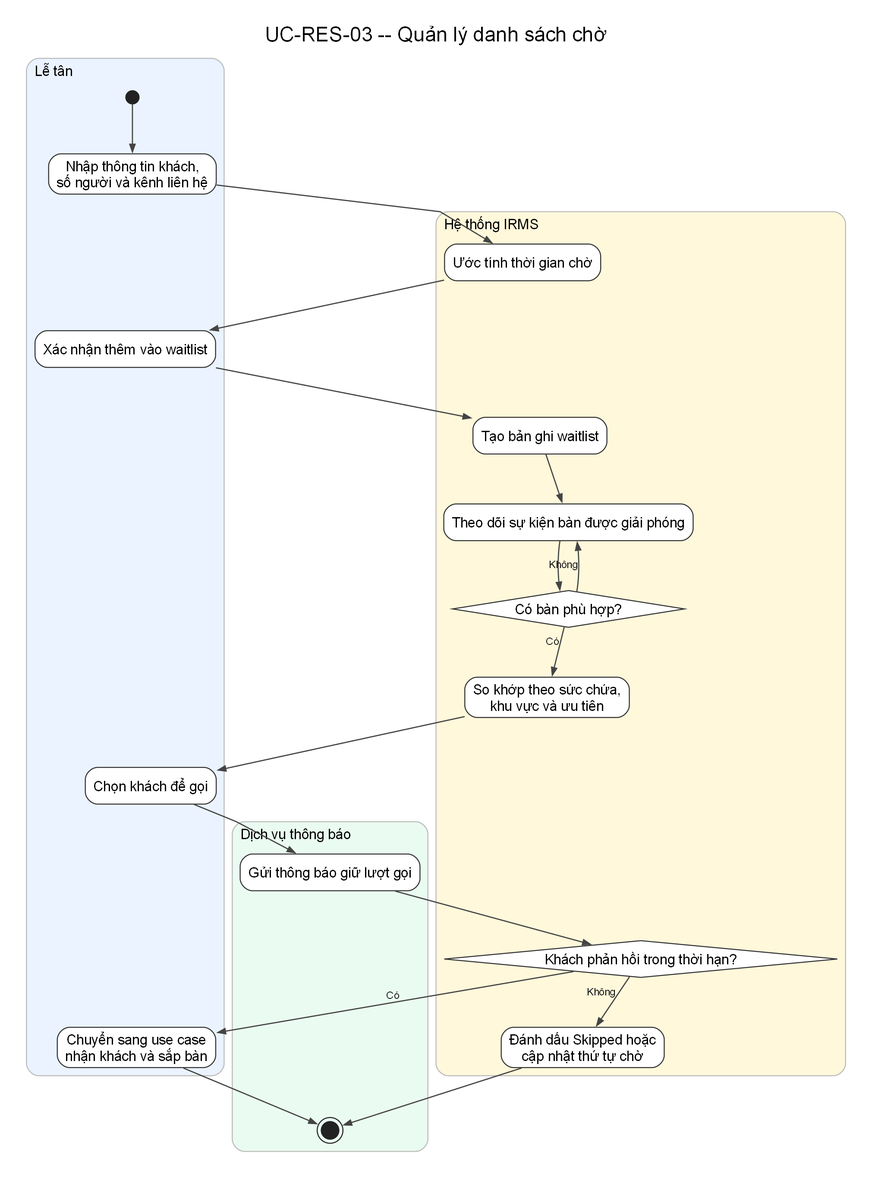
Before: assets/diagrams/rendered/activity/uc-res-03-manage-waitlist.png, a diagram exported from Graphviz (lehoangluan1/SA_IRMS). Its source is kept beside it as assets/diagrams/source/activity/uc-res-03-manage-waitlist.dot. Source of this version:
```dot
digraph G {
  charset="UTF-8";
  graph [rankdir=TB, newrank=true, splines=polyline, nodesep=0.38, ranksep=0.68, pad=0.25, dpi=170, bgcolor="white", fontname="Arial"];
  node [fontname="Arial"];
  edge [fontname="Arial", fontsize=10, color="#444444", penwidth=1.15, arrowsize=0.75];
  labelloc="t"; labeljust="c"; fontsize=20; fontname="Arial"; label="UC-RES-03 -- Quản lý danh sách chờ";

  subgraph cluster_l1 {
    style="rounded,filled"; fillcolor="#EAF3FF"; color="#BBBBBB"; penwidth=1.0;
    label="Lễ tân"; fontsize=14; labelloc="t"; labeljust="l";
    n0 [shape=circle, label="", width=0.18, height=0.18, fixedsize=true, style=filled, fillcolor="#222222", color="#222222"];
    n1 [label="Nhập thông tin khách,\nsố người và kênh liên hệ", shape=rect, style="rounded,filled", fillcolor="white", color="#333333"];
    n3 [label="Xác nhận thêm vào waitlist", shape=rect, style="rounded,filled", fillcolor="white", color="#333333"];
    n8 [label="Chọn khách để gọi", shape=rect, style="rounded,filled", fillcolor="white", color="#333333"];
    n11 [label="Chuyển sang use case\nnhận khách và sắp bàn", shape=rect, style="rounded,filled", fillcolor="white", color="#333333"];
  }

  subgraph cluster_l2 {
    style="rounded,filled"; fillcolor="#FFF8DB"; color="#BBBBBB"; penwidth=1.0;
    label="Hệ thống IRMS"; fontsize=14; labelloc="t"; labeljust="l";
    n2 [label="Ước tính thời gian chờ", shape=rect, style="rounded,filled", fillcolor="white", color="#333333"];
    n4 [label="Tạo bản ghi waitlist", shape=rect, style="rounded,filled", fillcolor="white", color="#333333"];
    n5 [label="Theo dõi sự kiện bàn được giải phóng", shape=rect, style="rounded,filled", fillcolor="white", color="#333333"];
    n6 [label="Có bàn phù hợp?", shape=diamond, style="filled", fillcolor="white", color="#333333"];
    n7 [label="So khớp theo sức chứa,\nkhu vực và ưu tiên", shape=rect, style="rounded,filled", fillcolor="white", color="#333333"];
    n10 [label="Khách phản hồi trong thời hạn?", shape=diamond, style="filled", fillcolor="white", color="#333333"];
    n12 [label="Đánh dấu Skipped hoặc\ncập nhật thứ tự chờ", shape=rect, style="rounded,filled", fillcolor="white", color="#333333"];
  }

  subgraph cluster_l3 {
    style="rounded,filled"; fillcolor="#EAFBF1"; color="#BBBBBB"; penwidth=1.0;
    label="Dịch vụ thông báo"; fontsize=14; labelloc="t"; labeljust="l";
    n9 [label="Gửi thông báo giữ lượt gọi", shape=rect, style="rounded,filled", fillcolor="white", color="#333333"];
    n13 [shape=doublecircle, label="", width=0.24, height=0.24, fixedsize=true, style=filled, fillcolor="#222222", color="#222222"];
  }

  n0 -> n1;
  n1 -> n2;
  n2 -> n3;
  n3 -> n4;
  n4 -> n5;
  n5 -> n6;
  n6 -> n7 [xlabel="Có"];
  n6 -> n5 [xlabel="Không"];
  n7 -> n8;
  n8 -> n9;
  n9 -> n10;
  n10 -> n11 [xlabel="Có"];
  n10 -> n12 [xlabel="Không"];
  n11 -> n13;
  n12 -> n13;
}
```
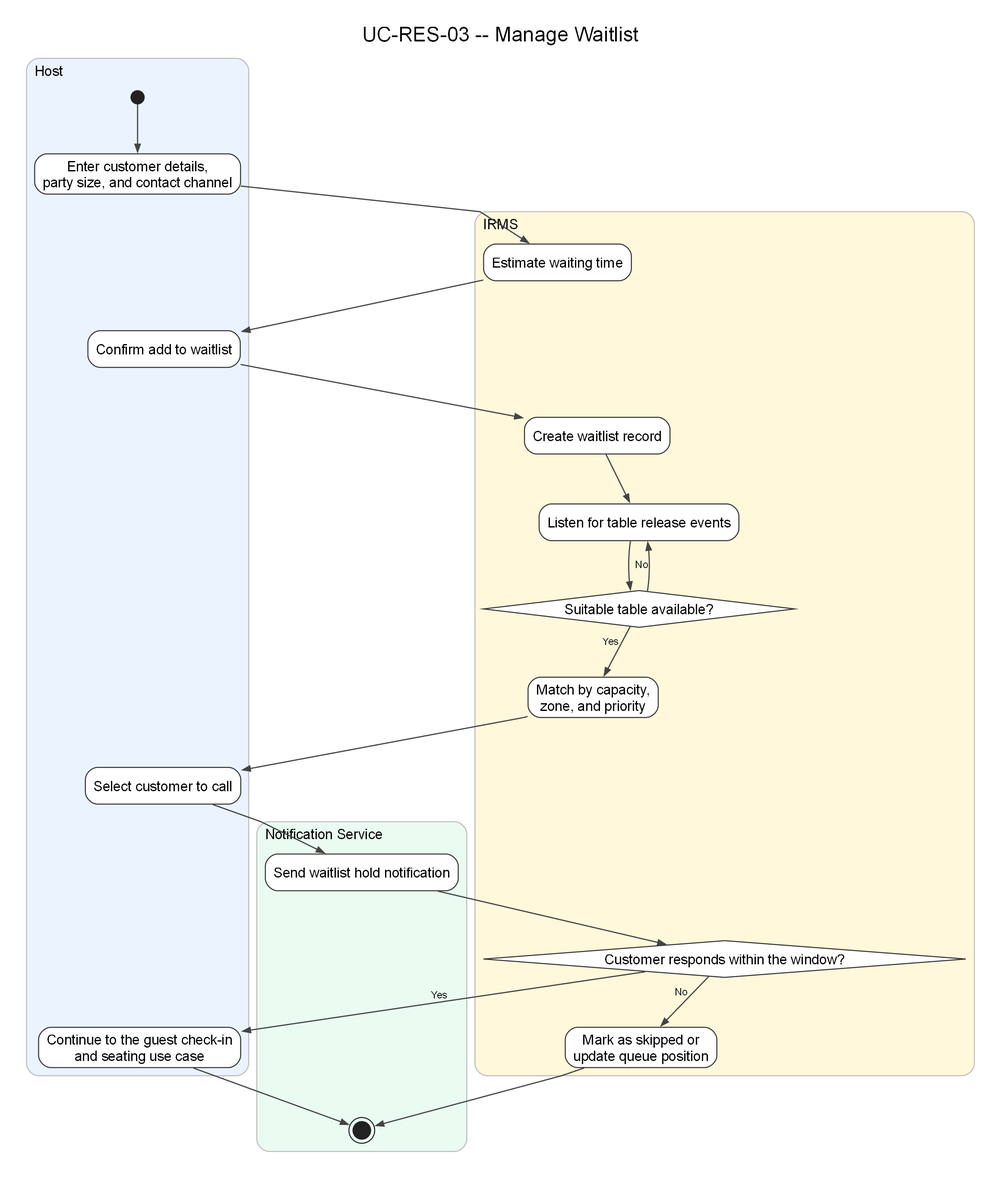
Later version of the same file.

What changed in the source:
```diff
@@ -3,34 +3,34 @@
   graph [rankdir=TB, newrank=true, splines=polyline, nodesep=0.38, ranksep=0.68, pad=0.25, dpi=170, bgcolor="white", fontname="Arial"];
   node [fontname="Arial"];
   edge [fontname="Arial", fontsize=10, color="#444444", penwidth=1.15, arrowsize=0.75];
-  labelloc="t"; labeljust="c"; fontsize=20; fontname="Arial"; label="UC-RES-03 -- Quản lý danh sách chờ";
+  labelloc="t"; labeljust="c"; fontsize=20; fontname="Arial"; label="UC-RES-03 -- Manage Waitlist";
 
   subgraph cluster_l1 {
     style="rounded,filled"; fillcolor="#EAF3FF"; color="#BBBBBB"; penwidth=1.0;
-    label="Lễ tân"; fontsize=14; labelloc="t"; labeljust="l";
+    label="Host"; fontsize=14; labelloc="t"; labeljust="l";
     n0 [shape=circle, label="", width=0.18, height=0.18, fixedsize=true, style=filled, fillcolor="#222222", color="#222222"];
-    n1 [label="Nhập thông tin khách,\nsố người và kênh liên hệ", shape=rect, style="rounded,filled", fillcolor="white", color="#333333"];
-    n3 [label="Xác nhận thêm vào waitlist", shape=rect, style="rounded,filled", fillcolor="white", color="#333333"];
-    n8 [label="Chọn khách để gọi", shape=rect, style="rounded,filled", fillcolor="white", color="#333333"];
-    n11 [label="Chuyển sang use case\nnhận khách và sắp bàn", shape=rect, style="rounded,filled", fillcolor="white", color="#333333"];
+    n1 [label="Enter customer details,\nparty size, and contact channel", shape=rect, style="rounded,filled", fillcolor="white", color="#333333"];
+    n3 [label="Confirm add to waitlist", shape=rect, style="rounded,filled", fillcolor="white", color="#333333"];
+    n8 [label="Select customer to call", shape=rect, style="rounded,filled", fillcolor="white", color="#333333"];
+    n11 [label="Continue to the guest check-in\nand seating use case", shape=rect, style="rounded,filled", fillcolor="white", color="#333333"];
   }
 
   subgraph cluster_l2 {
     style="rounded,filled"; fillcolor="#FFF8DB"; color="#BBBBBB"; penwidth=1.0;
-    label="Hệ thống IRMS"; fontsize=14; labelloc="t"; labeljust="l";
-    n2 [label="Ước tính thời gian chờ", shape=rect, style="rounded,filled", fillcolor="white", color="#333333"];
-    n4 [label="Tạo bản ghi waitlist", shape=rect, style="rounded,filled", fillcolor="white", color="#333333"];
-    n5 [label="Theo dõi sự kiện bàn được giải phóng", shape=rect, style="rounded,filled", fillcolor="white", color="#333333"];
-    n6 [label="Có bàn phù hợp?", shape=diamond, style="filled", fillcolor="white", color="#333333"];
-    n7 [label="So khớp theo sức chứa,\nkhu vực và ưu tiên", shape=rect, style="rounded,filled", fillcolor="white", color="#333333"];
-    n10 [label="Khách phản hồi trong thời hạn?", shape=diamond, style="filled", fillcolor="white", color="#333333"];
-    n12 [label="Đánh dấu Skipped hoặc\ncập nhật thứ tự chờ", shape=rect, style="rounded,filled", fillcolor="white", color="#333333"];
+    label="IRMS"; fontsize=14; labelloc="t"; labeljust="l";
+    n2 [label="Estimate waiting time", shape=rect, style="rounded,filled", fillcolor="white", color="#333333"];
+    n4 [label="Create waitlist record", shape=rect, style="rounded,filled", fillcolor="white", color="#333333"];
+    n5 [label="Listen for table release events", shape=rect, style="rounded,filled", fillcolor="white", color="#333333"];
+    n6 [label="Suitable table available?", shape=diamond, style="filled", fillcolor="white", color="#333333"];
+    n7 [label="Match by capacity,\nzone, and priority", shape=rect, style="rounded,filled", fillcolor="white", color="#333333"];
+    n10 [label="Customer responds within the window?", shape=diamond, style="filled", fillcolor="white", color="#333333"];
+    n12 [label="Mark as skipped or\nupdate queue position", shape=rect, style="rounded,filled", fillcolor="white", color="#333333"];
   }
 
   subgraph cluster_l3 {
     style="rounded,filled"; fillcolor="#EAFBF1"; color="#BBBBBB"; penwidth=1.0;
-    label="Dịch vụ thông báo"; fontsize=14; labelloc="t"; labeljust="l";
-    n9 [label="Gửi thông báo giữ lượt gọi", shape=rect, style="rounded,filled", fillcolor="white", color="#333333"];
+    label="Notification Service"; fontsize=14; labelloc="t"; labeljust="l";
+    n9 [label="Send waitlist hold notification", shape=rect, style="rounded,filled", fillcolor="white", color="#333333"];
     n13 [shape=doublecircle, label="", width=0.24, height=0.24, fixedsize=true, style=filled, fillcolor="#222222", color="#222222"];
   }
 
@@ -40,13 +40,13 @@
   n3 -> n4;
   n4 -> n5;
   n5 -> n6;
-  n6 -> n7 [xlabel="Có"];
-  n6 -> n5 [xlabel="Không"];
+  n6 -> n7 [xlabel="Yes"];
+  n6 -> n5 [xlabel="No"];
   n7 -> n8;
   n8 -> n9;
   n9 -> n10;
-  n10 -> n11 [xlabel="Có"];
-  n10 -> n12 [xlabel="Không"];
+  n10 -> n11 [xlabel="Yes"];
+  n10 -> n12 [xlabel="No"];
   n11 -> n13;
   n12 -> n13;
 }
```
